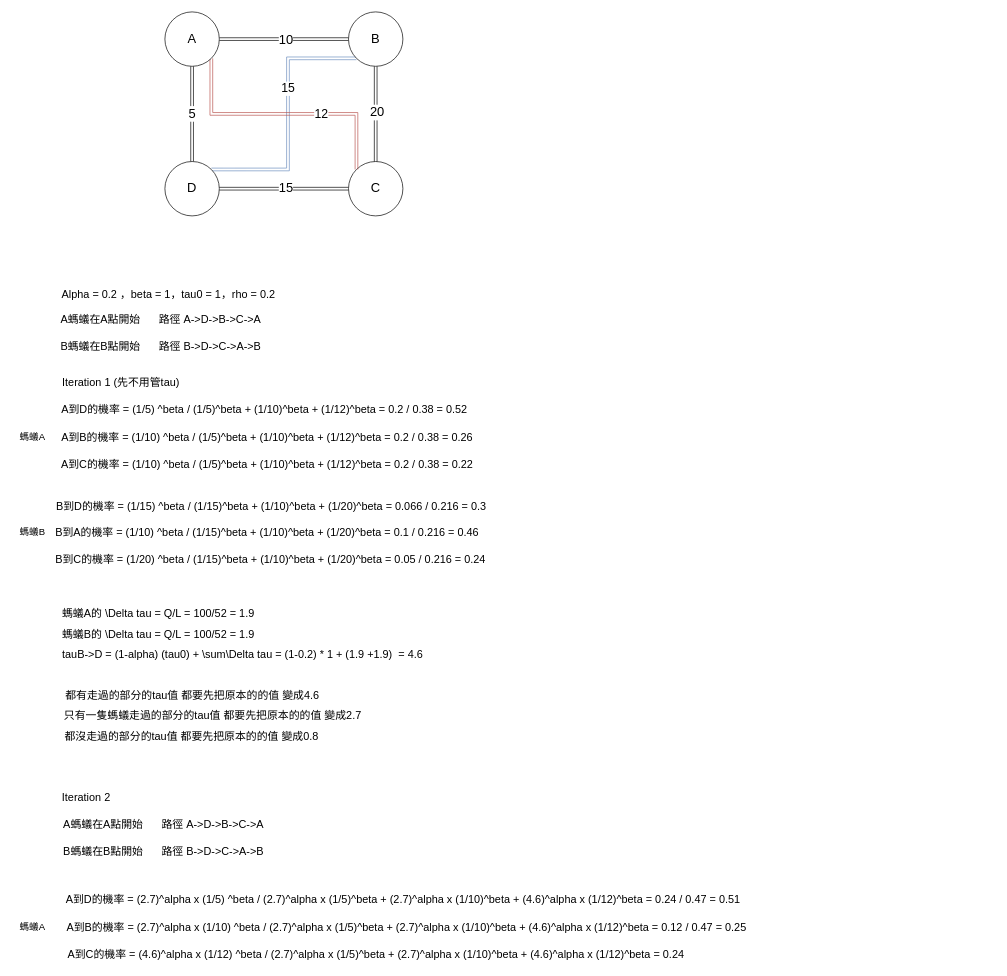
Above: AI_presentation/aco.drawio in qwe8496516/AI_course (draw.io), before the change. Source tidied: cells renumbered, new cells numbered last; positions are measured from the earlier drawing's top-left corner, leaving out a move shared by most shapes. Both pictures are drawn from the tidied source at 68%, with x=0, y=0 at pixel (12, 12).
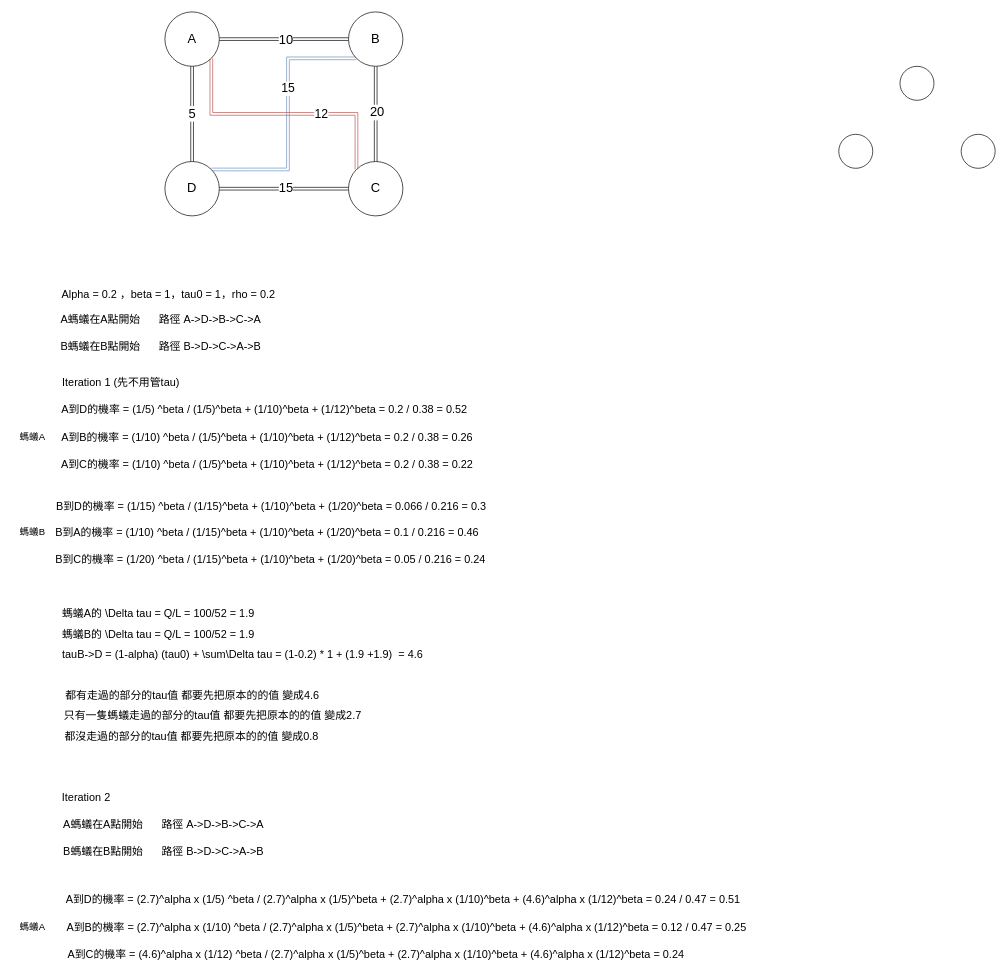
After the change.

The edit, as a diff of the source:
```diff
@@
+    <mxCell id="47" style="ellipse;whiteSpace=wrap;html=1;" parent="1" vertex="1">
+      <mxGeometry x="1306" y="80" width="50" height="50" as="geometry" />
+    </mxCell>
+    <mxCell id="48" style="ellipse;whiteSpace=wrap;html=1;" parent="1" vertex="1">
+      <mxGeometry x="1216" y="180" width="50" height="50" as="geometry" />
+    </mxCell>
+    <mxCell id="49" style="ellipse;whiteSpace=wrap;html=1;" parent="1" vertex="1">
+      <mxGeometry x="1396" y="180" width="50" height="50" as="geometry" />
+    </mxCell>
```
